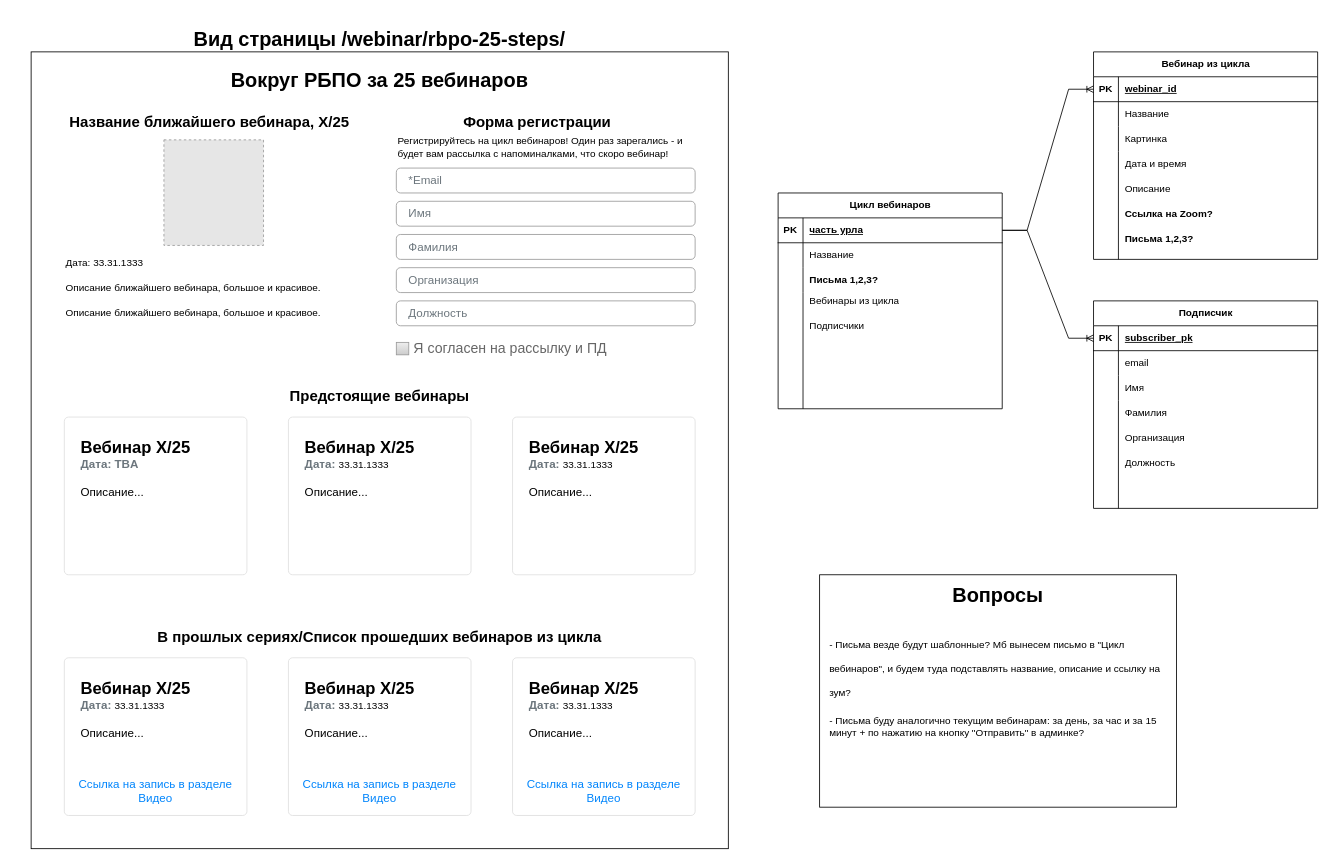
The draw.io diagram webinars-cycle.drawio in iwannabekoshka/webinars-cycle, before the edit. Source tidied: cells renumbered, new cells numbered last; positions are measured from the earlier drawing's top-left corner, leaving out a move shared by most shapes. Both pictures are drawn from the tidied source at 83%, with x=0, y=0 at pixel (31, 27). Pictures stored in the file or linked from it are replaced by grey dashed boxes.
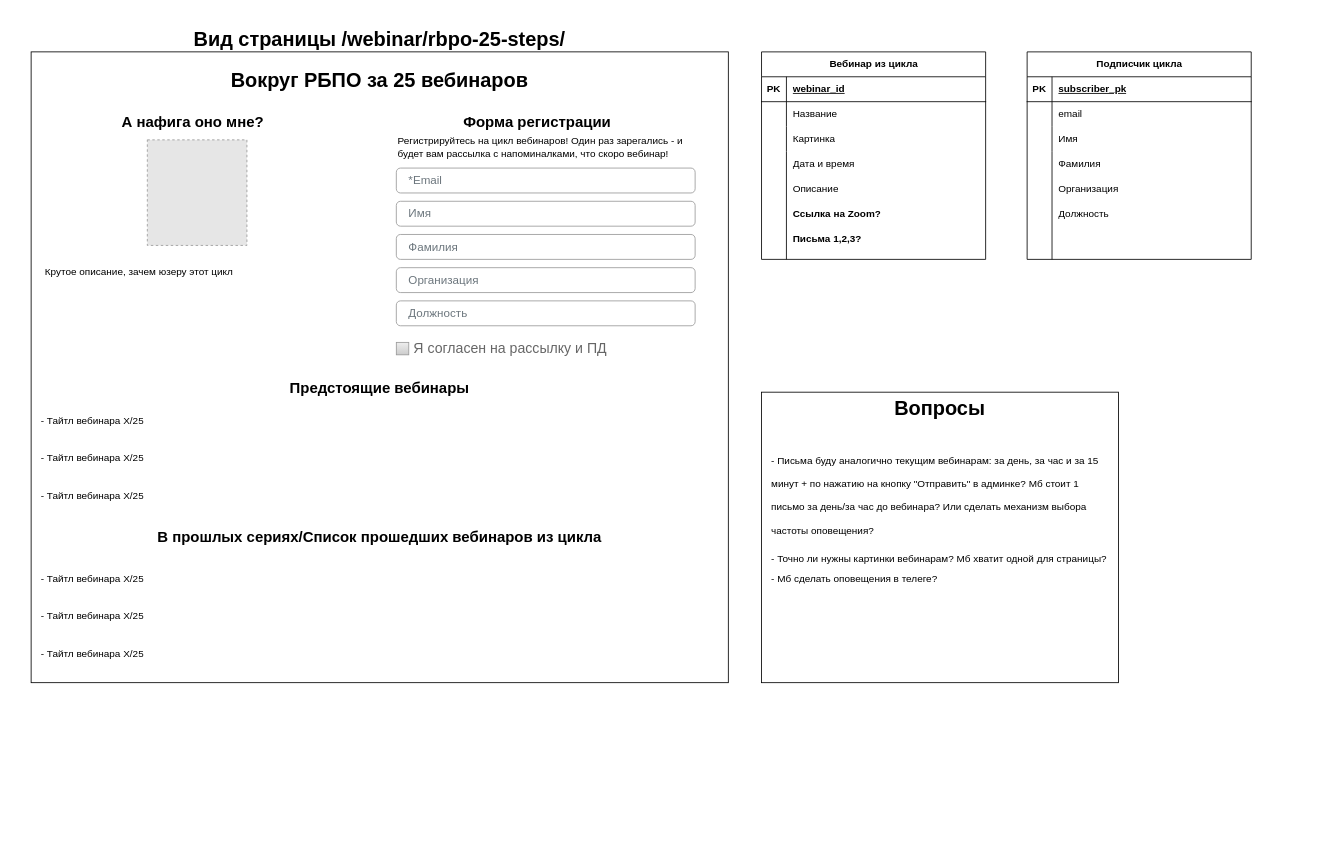
After the change.

Unchanged cells that the change refers to:
```xml
<mxCell id="48" style="shape=tableRow;horizontal=0;startSize=0;swimlaneHead=0;swimlaneBody=0;fillColor=none;points=[[0,0.5],[1,0.5]];portConstraint=eastwest;top=0;left=0;right=0;bottom=1;" parent="47" vertex="1">
  <mxGeometry y="30" width="270" height="30" as="geometry" />
</mxCell>
<mxCell id="65" style="shape=tableRow;horizontal=0;startSize=0;swimlaneHead=0;swimlaneBody=0;fillColor=none;points=[[0,0.5],[1,0.5]];portConstraint=eastwest;top=0;left=0;right=0;bottom=1;" parent="64" vertex="1">
  <mxGeometry y="30" width="270" height="30" as="geometry" />
</mxCell>
```

Diff of the diagram source:
```diff
@@
     <mxCell id="2" style="rounded=0;whiteSpace=wrap;html=1;" parent="1" vertex="1">
-      <mxGeometry y="30" width="840" height="960" as="geometry" />
+      <mxGeometry y="30" width="840" height="760" as="geometry" />
     </mxCell>
@@
-    <mxCell id="4" value="&lt;h2&gt;Название ближайшего вебинара, X/25&lt;/h2&gt;" style="text;html=1;align=center;verticalAlign=middle;whiteSpace=wrap;rounded=0;" parent="1" vertex="1">
-      <mxGeometry y="100" width="430" height="30" as="geometry" />
-    </mxCell>
@@
-    <mxCell id="6" value="Описание ближайшего вебинара, большое и красивое." style="text;html=1;align=left;verticalAlign=middle;whiteSpace=wrap;rounded=0;" parent="1" vertex="1">
-      <mxGeometry x="40" y="300" width="360" height="30" as="geometry" />
-    </mxCell>
-    <mxCell id="7" value="Дата: 33.31.1333" style="text;html=1;align=left;verticalAlign=middle;whiteSpace=wrap;rounded=0;" parent="1" vertex="1">
-      <mxGeometry x="40" y="270" width="360" height="30" as="geometry" />
-    </mxCell>
@@
-    <mxCell id="17" value="Описание ближайшего вебинара, большое и красивое." style="text;html=1;align=left;verticalAlign=middle;whiteSpace=wrap;rounded=0;" parent="1" vertex="1">
-      <mxGeometry x="40" y="330" width="360" height="30" as="geometry" />
-    </mxCell>
     <mxCell id="18" style="group;" parent="1" vertex="1">
-      <mxGeometry y="720" width="840" height="230" as="geometry" />
+      <mxGeometry y="600" width="840" height="230" as="geometry" />
     </mxCell>
@@
-    <mxCell id="20" value="&lt;b&gt;&lt;font style=&quot;font-size: 20px&quot;&gt;Вебинар X/25&lt;/font&gt;&lt;/b&gt;&lt;font color=&quot;#6c767d&quot;&gt;&lt;b&gt;&lt;font style=&quot;font-size: 14px&quot;&gt;&lt;br style=&quot;font-size: 10px&quot;&gt;Дата:&amp;nbsp;&lt;/font&gt;&lt;/b&gt;&lt;/font&gt;&lt;span style=&quot;font-size: 12px;&quot;&gt;33.31.1333&lt;/span&gt;&lt;font color=&quot;#6c767d&quot;&gt;&lt;b&gt;&lt;font style=&quot;font-size: 14px&quot;&gt;&lt;br&gt;&lt;/font&gt;&lt;/b&gt;&lt;/font&gt;&lt;br style=&quot;font-size: 14px&quot;&gt;Описание..." style="html=1;shadow=0;dashed=0;shape=mxgraph.bootstrap.rrect;rSize=5;strokeColor=#DFDFDF;html=1;whiteSpace=wrap;fillColor=#ffffff;fontColor=#000000;verticalAlign=top;align=left;spacing=20;fontSize=14;" parent="18" vertex="1">
-      <mxGeometry x="40" y="40" width="220" height="190" as="geometry" />
-    </mxCell>
-    <mxCell id="21" value="Ссылка на запись в разделе Видео" style="html=1;shadow=0;dashed=0;shape=mxgraph.bootstrap.rrect;rSize=5;perimeter=none;whiteSpace=wrap;fillColor=none;strokeColor=none;fontColor=#0085FC;fontSize=14;align=center;" parent="20" vertex="1">
-      <mxGeometry y="1" width="220" height="40" relative="1" as="geometry">
-        <mxPoint y="-50" as="offset" />
-      </mxGeometry>
-    </mxCell>
-    <mxCell id="22" value="&lt;b&gt;&lt;font style=&quot;font-size: 20px&quot;&gt;Вебинар X/25&lt;/font&gt;&lt;/b&gt;&lt;font color=&quot;#6c767d&quot;&gt;&lt;b&gt;&lt;font style=&quot;font-size: 14px&quot;&gt;&lt;br style=&quot;font-size: 10px&quot;&gt;Дата:&amp;nbsp;&lt;/font&gt;&lt;/b&gt;&lt;/font&gt;&lt;span style=&quot;font-size: 12px;&quot;&gt;33.31.1333&lt;/span&gt;&lt;font color=&quot;#6c767d&quot;&gt;&lt;b&gt;&lt;font style=&quot;font-size: 14px&quot;&gt;&lt;br&gt;&lt;/font&gt;&lt;/b&gt;&lt;/font&gt;&lt;br style=&quot;font-size: 14px&quot;&gt;Описание..." style="html=1;shadow=0;dashed=0;shape=mxgraph.bootstrap.rrect;rSize=5;strokeColor=#DFDFDF;html=1;whiteSpace=wrap;fillColor=#ffffff;fontColor=#000000;verticalAlign=top;align=left;spacing=20;fontSize=14;" parent="18" vertex="1">
-      <mxGeometry x="310" y="40" width="220" height="190" as="geometry" />
-    </mxCell>
-    <mxCell id="23" value="Ссылка на запись в разделе Видео" style="html=1;shadow=0;dashed=0;shape=mxgraph.bootstrap.rrect;rSize=5;perimeter=none;whiteSpace=wrap;fillColor=none;strokeColor=none;fontColor=#0085FC;fontSize=14;align=center;" parent="22" vertex="1">
-      <mxGeometry y="1" width="220" height="40" relative="1" as="geometry">
-        <mxPoint y="-50" as="offset" />
-      </mxGeometry>
-    </mxCell>
-    <mxCell id="24" value="&lt;b&gt;&lt;font style=&quot;font-size: 20px&quot;&gt;Вебинар X/25&lt;/font&gt;&lt;/b&gt;&lt;font color=&quot;#6c767d&quot;&gt;&lt;b&gt;&lt;font style=&quot;font-size: 14px&quot;&gt;&lt;br style=&quot;font-size: 10px&quot;&gt;Дата:&amp;nbsp;&lt;/font&gt;&lt;/b&gt;&lt;/font&gt;&lt;span style=&quot;font-size: 12px;&quot;&gt;33.31.1333&lt;/span&gt;&lt;font color=&quot;#6c767d&quot;&gt;&lt;b&gt;&lt;font style=&quot;font-size: 14px&quot;&gt;&lt;br&gt;&lt;/font&gt;&lt;/b&gt;&lt;/font&gt;&lt;br style=&quot;font-size: 14px&quot;&gt;Описание..." style="html=1;shadow=0;dashed=0;shape=mxgraph.bootstrap.rrect;rSize=5;strokeColor=#DFDFDF;html=1;whiteSpace=wrap;fillColor=#ffffff;fontColor=#000000;verticalAlign=top;align=left;spacing=20;fontSize=14;" parent="18" vertex="1">
-      <mxGeometry x="580" y="40" width="220" height="190" as="geometry" />
-    </mxCell>
-    <mxCell id="25" value="Ссылка на запись в разделе Видео" style="html=1;shadow=0;dashed=0;shape=mxgraph.bootstrap.rrect;rSize=5;perimeter=none;whiteSpace=wrap;fillColor=none;strokeColor=none;fontColor=#0085FC;fontSize=14;align=center;" parent="24" vertex="1">
-      <mxGeometry y="1" width="220" height="40" relative="1" as="geometry">
-        <mxPoint y="-50" as="offset" />
-      </mxGeometry>
-    </mxCell>
     <mxCell id="26" style="group;" parent="1" vertex="1">
-      <mxGeometry y="430" width="840" height="230" as="geometry" />
+      <mxGeometry y="420" width="840" height="230" as="geometry" />
     </mxCell>
@@
-    <mxCell id="28" value="&lt;b&gt;&lt;font style=&quot;font-size: 20px&quot;&gt;Вебинар X/25&lt;/font&gt;&lt;/b&gt;&lt;font color=&quot;#6c767d&quot;&gt;&lt;b&gt;&lt;font style=&quot;font-size: 14px&quot;&gt;&lt;br style=&quot;font-size: 10px&quot;&gt;Дата: TBA&lt;br&gt;&lt;/font&gt;&lt;/b&gt;&lt;/font&gt;&lt;br style=&quot;font-size: 14px&quot;&gt;Описание..." style="html=1;shadow=0;dashed=0;shape=mxgraph.bootstrap.rrect;rSize=5;strokeColor=#DFDFDF;html=1;whiteSpace=wrap;fillColor=#ffffff;fontColor=#000000;verticalAlign=top;align=left;spacing=20;fontSize=14;" parent="26" vertex="1">
-      <mxGeometry x="40" y="40" width="220" height="190" as="geometry" />
-    </mxCell>
-    <mxCell id="29" value="&lt;b&gt;&lt;font style=&quot;font-size: 20px&quot;&gt;Вебинар X/25&lt;/font&gt;&lt;/b&gt;&lt;font color=&quot;#6c767d&quot;&gt;&lt;b&gt;&lt;font style=&quot;font-size: 14px&quot;&gt;&lt;br style=&quot;font-size: 10px&quot;&gt;Дата:&amp;nbsp;&lt;/font&gt;&lt;/b&gt;&lt;/font&gt;&lt;span style=&quot;font-size: 12px;&quot;&gt;33.31.1333&lt;/span&gt;&lt;font color=&quot;#6c767d&quot;&gt;&lt;b&gt;&lt;font style=&quot;font-size: 14px&quot;&gt;&lt;br&gt;&lt;/font&gt;&lt;/b&gt;&lt;/font&gt;&lt;br style=&quot;font-size: 14px&quot;&gt;Описание..." style="html=1;shadow=0;dashed=0;shape=mxgraph.bootstrap.rrect;rSize=5;strokeColor=#DFDFDF;html=1;whiteSpace=wrap;fillColor=#ffffff;fontColor=#000000;verticalAlign=top;align=left;spacing=20;fontSize=14;" parent="26" vertex="1">
-      <mxGeometry x="310" y="40" width="220" height="190" as="geometry" />
-    </mxCell>
-    <mxCell id="30" value="&lt;b&gt;&lt;font style=&quot;font-size: 20px&quot;&gt;Вебинар X/25&lt;/font&gt;&lt;/b&gt;&lt;font color=&quot;#6c767d&quot;&gt;&lt;b&gt;&lt;font style=&quot;font-size: 14px&quot;&gt;&lt;br style=&quot;font-size: 10px&quot;&gt;Дата:&amp;nbsp;&lt;/font&gt;&lt;/b&gt;&lt;/font&gt;&lt;span style=&quot;font-size: 12px;&quot;&gt;33.31.1333&lt;/span&gt;&lt;font color=&quot;#6c767d&quot;&gt;&lt;b&gt;&lt;font style=&quot;font-size: 14px&quot;&gt;&lt;br&gt;&lt;/font&gt;&lt;/b&gt;&lt;/font&gt;&lt;br style=&quot;font-size: 14px&quot;&gt;Описание..." style="html=1;shadow=0;dashed=0;shape=mxgraph.bootstrap.rrect;rSize=5;strokeColor=#DFDFDF;html=1;whiteSpace=wrap;fillColor=#ffffff;fontColor=#000000;verticalAlign=top;align=left;spacing=20;fontSize=14;" parent="26" vertex="1">
-      <mxGeometry x="580" y="40" width="220" height="190" as="geometry" />
-    </mxCell>
-    <mxCell id="31" style="fillColor=#E6E6E6;strokeColor=#999999;dashed=1;verticalLabelPosition=bottom;labelBackgroundColor=default;verticalAlign=top;" parent="1" vertex="1">
-      <mxGeometry x="160" y="136" width="120" height="127.2" as="geometry" />
-    </mxCell>
@@
-    <mxCell id="33" value="Цикл вебинаров" style="shape=table;startSize=30;childLayout=tableLayout;rowLines=0;fontStyle=1;align=center;html=1;" parent="1" vertex="1">
-      <mxGeometry x="900" y="200" width="270" height="260" as="geometry" />
-    </mxCell>
-    <mxCell id="34" style="shape=tableRow;horizontal=0;startSize=0;swimlaneHead=0;swimlaneBody=0;fillColor=none;points=[[0,0.5],[1,0.5]];portConstraint=eastwest;top=0;left=0;right=0;bottom=1;" parent="33" vertex="1">
-      <mxGeometry y="30" width="270" height="30" as="geometry" />
-    </mxCell>
-    <mxCell id="35" value="PK" style="shape=partialRectangle;fillColor=none;top=0;left=0;bottom=0;right=0;fontStyle=1;overflow=hidden;whiteSpace=wrap;html=1;" parent="34" vertex="1">
-      <mxGeometry width="30" height="30" as="geometry" />
-    </mxCell>
-    <mxCell id="36" value="часть урла" style="shape=partialRectangle;fillColor=none;top=0;left=0;bottom=0;right=0;align=left;spacingLeft=6;fontStyle=5;overflow=hidden;whiteSpace=wrap;html=1;" parent="34" vertex="1">
-      <mxGeometry x="30" width="240" height="30" as="geometry" />
-    </mxCell>
-    <mxCell id="37" style="shape=tableRow;horizontal=0;startSize=0;swimlaneHead=0;swimlaneBody=0;fillColor=none;top=0;left=0;right=0;bottom=0;" parent="33" vertex="1">
-      <mxGeometry y="60" width="270" height="30" as="geometry" />
-    </mxCell>
-    <mxCell id="38" style="shape=partialRectangle;fillColor=none;top=0;left=0;bottom=0;right=0;overflow=hidden;whiteSpace=wrap;html=1;" parent="37" vertex="1">
-      <mxGeometry width="30" height="30" as="geometry" />
-    </mxCell>
-    <mxCell id="39" value="Название" style="shape=partialRectangle;fillColor=none;top=0;left=0;bottom=0;right=0;align=left;spacingLeft=6;overflow=hidden;whiteSpace=wrap;html=1;" parent="37" vertex="1">
-      <mxGeometry x="30" width="240" height="30" as="geometry" />
-    </mxCell>
-    <mxCell id="40" style="shape=tableRow;horizontal=0;startSize=0;swimlaneHead=0;swimlaneBody=0;fillColor=none;top=0;left=0;right=0;bottom=0;" parent="33" vertex="1">
-      <mxGeometry y="90" width="270" height="30" as="geometry" />
-    </mxCell>
-    <mxCell id="41" style="shape=partialRectangle;fillColor=none;top=0;left=0;bottom=0;right=0;overflow=hidden;whiteSpace=wrap;html=1;" parent="40" vertex="1">
-      <mxGeometry width="30" height="30" as="geometry" />
-    </mxCell>
-    <mxCell id="42" value="&lt;b&gt;Письма 1,2,3?&lt;/b&gt;" style="shape=partialRectangle;fillColor=none;top=0;left=0;bottom=0;right=0;align=left;spacingLeft=6;overflow=hidden;whiteSpace=wrap;html=1;" parent="40" vertex="1">
-      <mxGeometry x="30" width="240" height="30" as="geometry" />
-    </mxCell>
-    <mxCell id="43" style="shape=tableRow;horizontal=0;startSize=0;swimlaneHead=0;swimlaneBody=0;fillColor=none;top=0;left=0;right=0;bottom=0;" parent="33" vertex="1">
-      <mxGeometry y="120" width="270" height="140" as="geometry" />
-    </mxCell>
-    <mxCell id="44" style="shape=partialRectangle;fillColor=none;top=0;left=0;bottom=0;right=0;overflow=hidden;whiteSpace=wrap;html=1;" parent="43" vertex="1">
-      <mxGeometry width="30" height="140" as="geometry" />
-    </mxCell>
-    <mxCell id="45" style="shape=partialRectangle;fillColor=none;top=0;left=0;bottom=0;right=0;align=left;spacingLeft=6;overflow=hidden;whiteSpace=wrap;html=1;" parent="43" vertex="1">
-      <mxGeometry x="30" width="240" height="140" as="geometry" />
-    </mxCell>
-    <mxCell id="46" style="edgeStyle=entityRelationEdgeStyle;fontSize=12;html=1;endArrow=ERoneToMany;rounded=0;exitX=1;exitY=0.5;exitDx=0;exitDy=0;entryX=0;entryY=0.5;entryDx=0;entryDy=0;" parent="1" edge="1" source="34" target="48">
-      <mxGeometry relative="1" as="geometry" />
-    </mxCell>
     <mxCell id="47" value="Вебинар из цикла" style="shape=table;startSize=30;childLayout=tableLayout;rowLines=0;fontStyle=1;align=center;html=1;" parent="1" vertex="1">
-      <mxGeometry x="1280" y="30" width="270" height="250" as="geometry" />
+      <mxGeometry x="880" y="30" width="270" height="250" as="geometry" />
     </mxCell>
@@
     <mxCell id="60" value="Дата и время" style="shape=partialRectangle;fillColor=none;top=0;left=0;bottom=0;right=0;align=left;spacingLeft=6;overflow=hidden;whiteSpace=wrap;html=1;" parent="1" vertex="1">
-      <mxGeometry x="1310" y="150" width="240" height="30" as="geometry" />
+      <mxGeometry x="910" y="150" width="240" height="30" as="geometry" />
     </mxCell>
     <mxCell id="61" value="Описание" style="shape=partialRectangle;fillColor=none;top=0;left=0;bottom=0;right=0;align=left;spacingLeft=6;overflow=hidden;whiteSpace=wrap;html=1;" parent="1" vertex="1">
-      <mxGeometry x="1310" y="180" width="240" height="30" as="geometry" />
+      <mxGeometry x="910" y="180" width="240" height="30" as="geometry" />
     </mxCell>
     <mxCell id="62" value="&lt;b&gt;Ссылка на Zoom?&lt;/b&gt;" style="shape=partialRectangle;fillColor=none;top=0;left=0;bottom=0;right=0;align=left;spacingLeft=6;overflow=hidden;whiteSpace=wrap;html=1;" parent="1" vertex="1">
-      <mxGeometry x="1310" y="210" width="240" height="30" as="geometry" />
+      <mxGeometry x="910" y="210" width="240" height="30" as="geometry" />
     </mxCell>
     <mxCell id="63" value="&lt;b&gt;Письма 1,2,3?&lt;/b&gt;" style="shape=partialRectangle;fillColor=none;top=0;left=0;bottom=0;right=0;align=left;spacingLeft=6;overflow=hidden;whiteSpace=wrap;html=1;" parent="1" vertex="1">
-      <mxGeometry x="1310" y="240" width="240" height="30" as="geometry" />
+      <mxGeometry x="910" y="240" width="240" height="30" as="geometry" />
     </mxCell>
-    <mxCell id="64" value="Подписчик" style="shape=table;startSize=30;childLayout=tableLayout;rowLines=0;fontStyle=1;align=center;html=1;" parent="1" vertex="1">
-      <mxGeometry x="1280" y="330" width="270" height="250" as="geometry" />
+    <mxCell id="64" value="Подписчик цикла" style="shape=table;startSize=30;childLayout=tableLayout;rowLines=0;fontStyle=1;align=center;html=1;" parent="1" vertex="1">
+      <mxGeometry x="1200" y="30" width="270" height="250" as="geometry" />
     </mxCell>
@@
-    <mxCell id="77" style="edgeStyle=entityRelationEdgeStyle;fontSize=12;html=1;endArrow=ERoneToMany;rounded=0;exitX=1;exitY=0.5;exitDx=0;exitDy=0;entryX=0;entryY=0.5;entryDx=0;entryDy=0;" parent="1" edge="1" source="34" target="65">
-      <mxGeometry relative="1" as="geometry" />
-    </mxCell>
     <mxCell id="78" value="Фамилия" style="shape=partialRectangle;fillColor=none;top=0;left=0;bottom=0;right=0;align=left;spacingLeft=6;overflow=hidden;whiteSpace=wrap;html=1;" parent="1" vertex="1">
-      <mxGeometry x="1310" y="450" width="240" height="30" as="geometry" />
+      <mxGeometry x="1230" y="150" width="240" height="30" as="geometry" />
     </mxCell>
     <mxCell id="79" value="Организация" style="shape=partialRectangle;fillColor=none;top=0;left=0;bottom=0;right=0;align=left;spacingLeft=6;overflow=hidden;whiteSpace=wrap;html=1;" parent="1" vertex="1">
-      <mxGeometry x="1310" y="480" width="240" height="30" as="geometry" />
+      <mxGeometry x="1230" y="180" width="240" height="30" as="geometry" />
     </mxCell>
     <mxCell id="80" value="Должность" style="shape=partialRectangle;fillColor=none;top=0;left=0;bottom=0;right=0;align=left;spacingLeft=6;overflow=hidden;whiteSpace=wrap;html=1;" parent="1" vertex="1">
-      <mxGeometry x="1310" y="510" width="240" height="30" as="geometry" />
+      <mxGeometry x="1230" y="210" width="240" height="30" as="geometry" />
     </mxCell>
-    <mxCell id="81" value="Вебинары из цикла" style="shape=partialRectangle;fillColor=none;top=0;left=0;bottom=0;right=0;align=left;spacingLeft=6;overflow=hidden;whiteSpace=wrap;html=1;" parent="1" vertex="1">
-      <mxGeometry x="930" y="315" width="240" height="30" as="geometry" />
-    </mxCell>
-    <mxCell id="82" value="Подписчики" style="shape=partialRectangle;fillColor=none;top=0;left=0;bottom=0;right=0;align=left;spacingLeft=6;overflow=hidden;whiteSpace=wrap;html=1;" parent="1" vertex="1">
-      <mxGeometry x="930" y="345" width="240" height="30" as="geometry" />
-    </mxCell>
     <mxCell id="83" style="rounded=0;whiteSpace=wrap;html=1;" parent="1" vertex="1">
-      <mxGeometry x="950" y="660" width="430" height="280" as="geometry" />
+      <mxGeometry x="880" y="440" width="430" height="350" as="geometry" />
     </mxCell>
     <mxCell id="84" value="&lt;h1&gt;Вопросы&lt;/h1&gt;" style="text;html=1;align=center;verticalAlign=middle;whiteSpace=wrap;rounded=0;" parent="1" vertex="1">
-      <mxGeometry x="950" y="670" width="430" height="30" as="geometry" />
+      <mxGeometry x="880" y="440" width="430" height="40" as="geometry" />
     </mxCell>
-    <mxCell id="85" value="&lt;h1 style=&quot;margin-top: 0px;&quot;&gt;&lt;span style=&quot;background-color: initial; font-size: 12px; font-weight: normal;&quot;&gt;- Письма везде будут шаблонные? Мб вынесем письмо в &quot;Цикл вебинаров&quot;, и будем туда подставлять название, описание и ссылку на зум?&lt;/span&gt;&lt;/h1&gt;&lt;div&gt;&lt;span style=&quot;background-color: initial; font-size: 12px; font-weight: normal;&quot;&gt;- Письма буду аналогично текущим вебинарам: за день, за час и за 15 минут + по нажатию на кнопку &quot;Отправить&quot; в админке?&lt;/span&gt;&lt;/div&gt;" style="text;html=1;whiteSpace=wrap;overflow=hidden;rounded=0;" parent="1" vertex="1">
-      <mxGeometry x="960" y="720" width="410" height="210" as="geometry" />
+    <mxCell id="85" value="&lt;h1 style=&quot;margin-top: 0px; line-height: 100%;&quot;&gt;&lt;span style=&quot;background-color: initial; font-size: 12px; font-weight: normal;&quot;&gt;- Письма буду аналогично текущим вебинарам: за день, за час и за 15 минут + по нажатию на кнопку &quot;Отправить&quot; в админке? Мб стоит 1 письмо за день/за час до вебинара? Или сделать механизм выбора частоты оповещения?&lt;/span&gt;&lt;/h1&gt;&lt;div style=&quot;line-height: 100%;&quot;&gt;&lt;span style=&quot;background-color: initial; font-size: 12px; font-weight: normal;&quot;&gt;- Точно ли нужны картинки вебинарам? Мб хватит одной для страницы?&lt;/span&gt;&lt;/div&gt;&lt;div style=&quot;line-height: 100%;&quot;&gt;&lt;span style=&quot;background-color: initial; font-size: 12px; font-weight: normal;&quot;&gt;&lt;br&gt;&lt;/span&gt;&lt;/div&gt;&lt;div style=&quot;line-height: 100%;&quot;&gt;&lt;span style=&quot;background-color: initial; font-size: 12px; font-weight: normal;&quot;&gt;- Мб сделать оповещения в телеге?&lt;/span&gt;&lt;/div&gt;" style="text;html=1;whiteSpace=wrap;overflow=hidden;rounded=0;" parent="1" vertex="1">
+      <mxGeometry x="890" y="500" width="410" height="240" as="geometry" />
     </mxCell>
+    <mxCell id="86" value="&lt;h1 style=&quot;margin-top: 0px;&quot;&gt;&lt;span style=&quot;background-color: initial; font-size: 12px; font-weight: normal;&quot;&gt;- Тайтл вебинара X/25&lt;/span&gt;&lt;/h1&gt;&lt;div&gt;&lt;h1 style=&quot;margin-top: 0px;&quot;&gt;&lt;span style=&quot;background-color: initial; font-size: 12px; font-weight: normal;&quot;&gt;- Тайтл вебинара X/25&lt;/span&gt;&lt;/h1&gt;&lt;/div&gt;&lt;div&gt;&lt;h1 style=&quot;margin-top: 0px;&quot;&gt;&lt;span style=&quot;background-color: initial; font-size: 12px; font-weight: normal;&quot;&gt;- Тайтл вебинара X/25&lt;/span&gt;&lt;/h1&gt;&lt;/div&gt;" style="text;html=1;whiteSpace=wrap;overflow=hidden;rounded=0;" parent="1" vertex="1">
+      <mxGeometry x="10" y="450" width="830" height="150" as="geometry" />
+    </mxCell>
+    <mxCell id="87" value="&lt;h1 style=&quot;margin-top: 0px;&quot;&gt;&lt;span style=&quot;background-color: initial; font-size: 12px; font-weight: normal;&quot;&gt;- Тайтл вебинара X/25&lt;/span&gt;&lt;/h1&gt;&lt;div&gt;&lt;h1 style=&quot;margin-top: 0px;&quot;&gt;&lt;span style=&quot;background-color: initial; font-size: 12px; font-weight: normal;&quot;&gt;- Тайтл вебинара X/25&lt;/span&gt;&lt;/h1&gt;&lt;/div&gt;&lt;div&gt;&lt;h1 style=&quot;margin-top: 0px;&quot;&gt;&lt;span style=&quot;background-color: initial; font-size: 12px; font-weight: normal;&quot;&gt;- Тайтл вебинара X/25&lt;/span&gt;&lt;/h1&gt;&lt;/div&gt;" style="text;html=1;whiteSpace=wrap;overflow=hidden;rounded=0;" parent="1" vertex="1">
+      <mxGeometry x="10" y="640" width="830" height="130" as="geometry" />
+    </mxCell>
+    <mxCell id="88" value="&lt;h2&gt;А нафига оно мне?&lt;/h2&gt;" style="text;html=1;align=center;verticalAlign=middle;whiteSpace=wrap;rounded=0;" parent="1" vertex="1">
+      <mxGeometry x="-20" y="100" width="430" height="30" as="geometry" />
+    </mxCell>
+    <mxCell id="89" value="Крутое описание, зачем юзеру этот цикл" style="text;html=1;align=left;verticalAlign=middle;whiteSpace=wrap;rounded=0;" parent="1" vertex="1">
+      <mxGeometry x="15" y="280" width="360" height="30" as="geometry" />
+    </mxCell>
+    <mxCell id="90" style="fillColor=#E6E6E6;strokeColor=#999999;dashed=1;verticalLabelPosition=bottom;labelBackgroundColor=default;verticalAlign=top;" parent="1" vertex="1">
+      <mxGeometry x="140" y="136" width="120" height="127.2" as="geometry" />
+    </mxCell>
```
